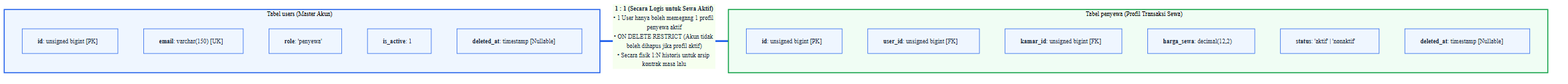
The Mermaid diagram Blueprint/erd/diagram_relasi_one_to_one.png in rafifarsyapradiva/asri-boarding-house, before a commit. Its source is kept beside it as Blueprint/erd/diagram_relasi_one_to_one.mmd.
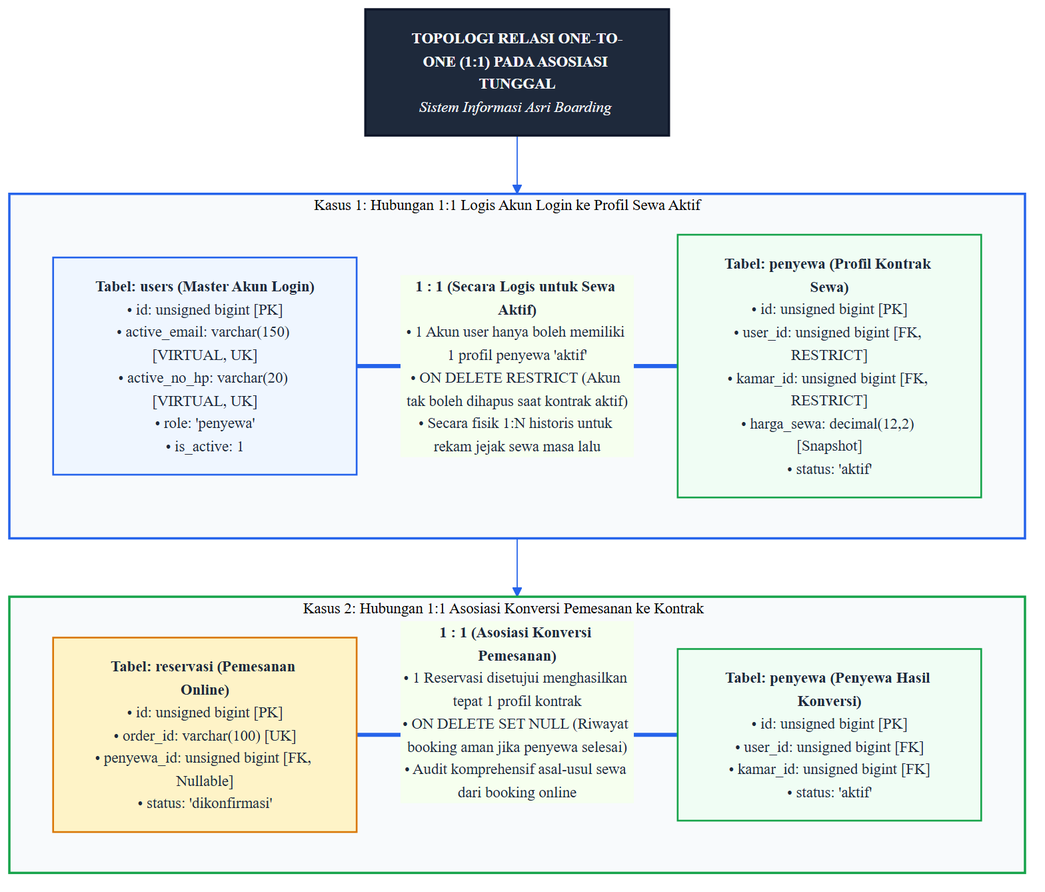
The same diagram one commit later.

Diff of the diagram source:
```diff
@@ -5,31 +5,32 @@
     'primaryTextColor': '#1E293B',
     'primaryBorderColor': '#2563EB',
     'lineColor': '#2563EB',
-    'fontSize': '12px',
+    'fontSize': '13px',
     'fontFamily': 'Inter, system-ui, sans-serif'
   }
 }}%%
-flowchart LR
-    subgraph USER_CONTAINER["Tabel users (Master Akun)"]
-        direction TB
-        U1["<b>id</b>: unsigned bigint [PK]"]
-        U2["<b>email</b>: varchar(150) [UK]"]
-        U3["<b>role</b>: 'penyewa'"]
-        U4["<b>is_active</b>: 1"]
-        U5["<b>deleted_at</b>: timestamp [Nullable]"]
+flowchart TB
+    TITLE["<b>TOPOLOGI RELASI ONE-TO-ONE (1:1) PADA ASOSIASI TUNGGAL</b><br><i>Sistem Informasi Asri Boarding House</i>"]
+
+    subgraph CASE1 ["Kasus 1: Hubungan 1:1 Logis Akun Login ke Profil Sewa Aktif"]
+        direction LR
+        U["<b>Tabel: users (Master Akun Login)</b><br>• id: unsigned bigint [PK]<br>• active_email: varchar(150) [VIRTUAL, UK]<br>• active_no_hp: varchar(20) [VIRTUAL, UK]<br>• role: 'penyewa'<br>• is_active: 1"]
+        U ===|"<b>1 : 1 (Secara Logis untuk Sewa Aktif)</b><br>• 1 Akun user hanya boleh memiliki 1 profil penyewa 'aktif'<br>• ON DELETE RESTRICT (Akun tak boleh dihapus saat kontrak aktif)<br>• Secara fisik 1:N historis untuk rekam jejak sewa masa lalu"| P["<b>Tabel: penyewa (Profil Kontrak Sewa)</b><br>• id: unsigned bigint [PK]<br>• user_id: unsigned bigint [FK, RESTRICT]<br>• kamar_id: unsigned bigint [FK, RESTRICT]<br>• harga_sewa: decimal(12,2) [Snapshot]<br>• status: 'aktif'"]
     end
 
-    subgraph PENYEWA_CONTAINER["Tabel penyewa (Profil Transaksi Sewa)"]
-        direction TB
-        P1["<b>id</b>: unsigned bigint [PK]"]
-        P2["<b>user_id</b>: unsigned bigint [FK]"]
-        P3["<b>kamar_id</b>: unsigned bigint [FK]"]
-        P4["<b>harga_sewa</b>: decimal(12,2)"]
-        P5["<b>status</b>: 'aktif' | 'nonaktif'"]
-        P6["<b>deleted_at</b>: timestamp [Nullable]"]
+    subgraph CASE2 ["Kasus 2: Hubungan 1:1 Asosiasi Konversi Pemesanan ke Kontrak"]
+        direction LR
+        R["<b>Tabel: reservasi (Pemesanan Online)</b><br>• id: unsigned bigint [PK]<br>• order_id: varchar(100) [UK]<br>• penyewa_id: unsigned bigint [FK, Nullable]<br>• status: 'dikonfirmasi'"]
+        R ===|"<b>1 : 1 (Asosiasi Konversi Pemesanan)</b><br>• 1 Reservasi disetujui menghasilkan tepat 1 profil kontrak<br>• ON DELETE SET NULL (Riwayat booking aman jika penyewa selesai)<br>• Audit komprehensif asal-usul sewa dari booking online"| T["<b>Tabel: penyewa (Penyewa Hasil Konversi)</b><br>• id: unsigned bigint [PK]<br>• user_id: unsigned bigint [FK]<br>• kamar_id: unsigned bigint [FK]<br>• status: 'aktif'"]
     end
 
-    USER_CONTAINER ===|"<b>1 : 1 (Secara Logis untuk Sewa Aktif)</b><br>• 1 User hanya boleh memegang 1 profil penyewa aktif<br>• ON DELETE RESTRICT (Akun tidak boleh dihapus jika profil aktif)<br>• Secara fisik 1:N historis untuk arsip kontrak masa lalu"| PENYEWA_CONTAINER
+    TITLE --> CASE1
+    CASE1 --> CASE2
 
-    style USER_CONTAINER fill:#EFF6FF,stroke:#2563EB,stroke-width:2px
-    style PENYEWA_CONTAINER fill:#F0FDF4,stroke:#16A34A,stroke-width:2px
+    style TITLE fill:#1E293B,stroke:#0F172A,color:#F8FAFC,stroke-width:2px
+    style CASE1 fill:#F8FAFC,stroke:#2563EB,stroke-width:2px
+    style CASE2 fill:#F8FAFC,stroke:#16A34A,stroke-width:2px
+    style U fill:#EFF6FF,stroke:#2563EB,stroke-width:1.5px
+    style P fill:#F0FDF4,stroke:#16A34A,stroke-width:1.5px
+    style R fill:#FEF3C7,stroke:#D97706,stroke-width:1.5px
+    style T fill:#F0FDF4,stroke:#16A34A,stroke-width:1.5px
```
